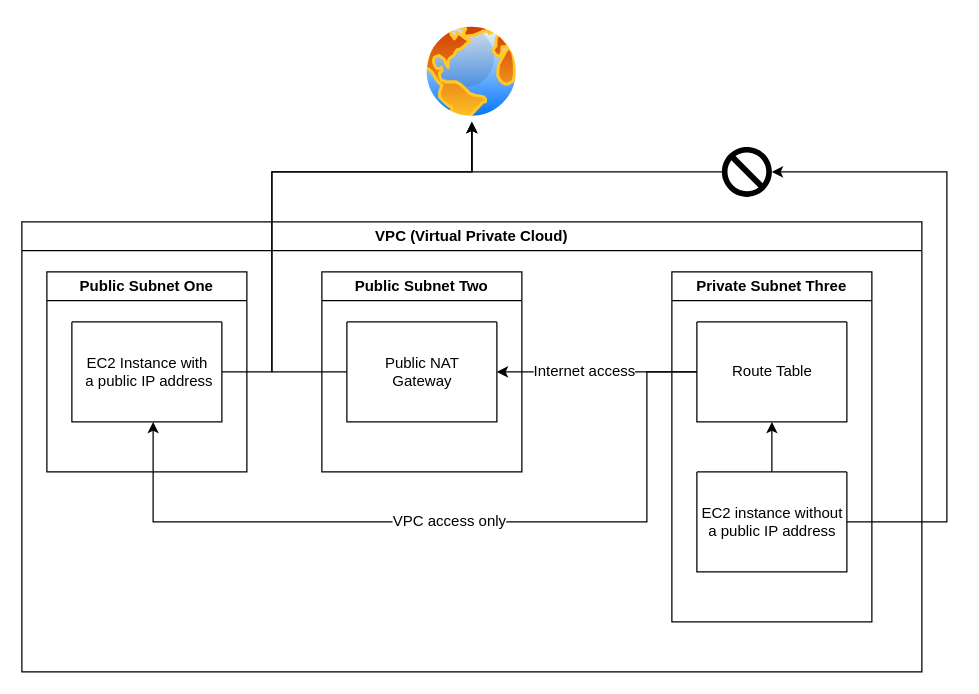
The draw.io diagram docs/public-nat-gateway.drawio in marty8zhang/_demo_nestjs-serverless, before the edit. Source tidied: cells renumbered, new cells numbered last; positions are measured from the earlier drawing's top-left corner, leaving out a move shared by most shapes. Both pictures are drawn from the tidied source at 125%, with x=0, y=0 at pixel (21, 21).
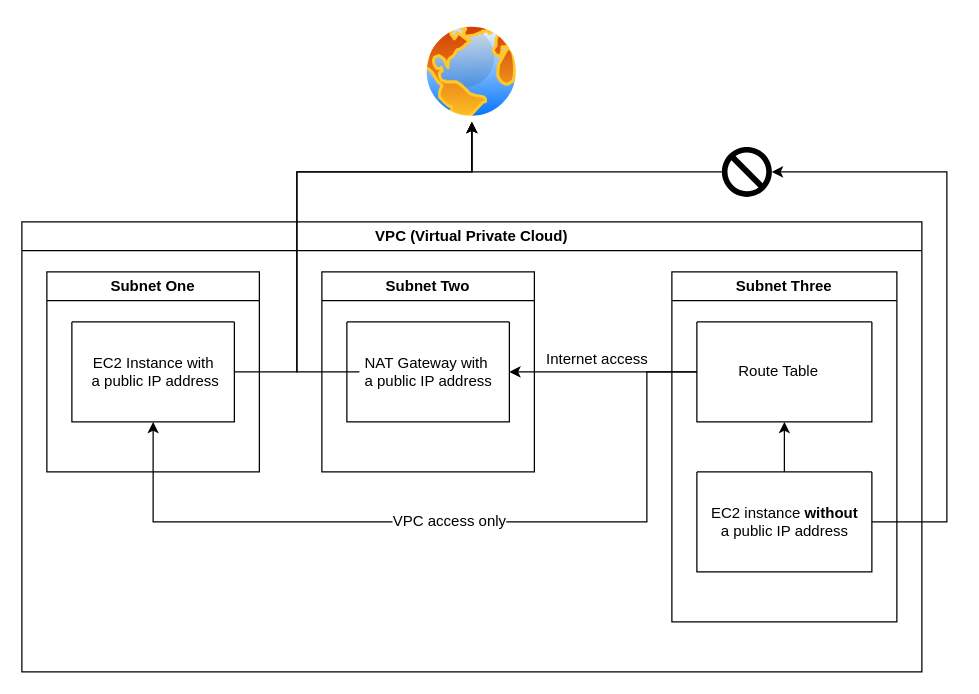
Above is the later version.

Unchanged cells that the change refers to:
```xml
<mxCell id="2" value="VPC (Virtual Private Cloud)" style="swimlane;whiteSpace=wrap;html=1;" parent="1" vertex="1">
  <mxGeometry y="160" width="720" height="360" as="geometry" />
</mxCell>
<mxCell id="17" style="image;perimeter=ellipsePerimeter;html=1;align=center;shadow=0;dashed=0;spacingTop=3;image=img/lib/active_directory/internet_globe.svg;" parent="1" vertex="1">
  <mxGeometry x="320" width="80" height="80" as="geometry" />
</mxCell>
```

Change to the diagram source:
```diff
@@
-    <mxCell id="3" value="Public Subnet One" style="swimlane;whiteSpace=wrap;html=1;" parent="2" vertex="1">
-      <mxGeometry x="20" y="40" width="160" height="160" as="geometry" />
+    <mxCell id="3" value="Subnet One" style="swimlane;whiteSpace=wrap;html=1;" parent="2" vertex="1">
+      <mxGeometry x="20" y="40" width="170" height="160" as="geometry" />
     </mxCell>
     <mxCell id="4" style="swimlane;startSize=0;" parent="3" vertex="1">
-      <mxGeometry x="20" y="40" width="120" height="80" as="geometry" />
+      <mxGeometry x="20" y="40" width="130" height="80" as="geometry" />
     </mxCell>
     <mxCell id="5" value="EC2 Instance with&lt;div&gt;&amp;nbsp;a public IP address&lt;/div&gt;" style="text;html=1;align=center;verticalAlign=middle;strokeColor=none;fillColor=none;" parent="4" vertex="1">
-      <mxGeometry x="-5" y="20" width="130" height="40" as="geometry" />
+      <mxGeometry y="20" width="130" height="40" as="geometry" />
     </mxCell>
-    <mxCell id="6" value="Public Subnet Two" style="swimlane;whiteSpace=wrap;html=1;" parent="2" vertex="1">
-      <mxGeometry x="240" y="40" width="160" height="160" as="geometry" />
+    <mxCell id="6" value="Subnet Two" style="swimlane;whiteSpace=wrap;html=1;" parent="2" vertex="1">
+      <mxGeometry x="240" y="40" width="170" height="160" as="geometry" />
     </mxCell>
     <mxCell id="7" style="swimlane;startSize=0;" parent="6" vertex="1">
-      <mxGeometry x="20" y="40" width="120" height="80" as="geometry" />
+      <mxGeometry x="20" y="40" width="130" height="80" as="geometry" />
     </mxCell>
-    <mxCell id="8" value="Public NAT&lt;div&gt;Gateway&lt;/div&gt;" style="text;html=1;align=center;verticalAlign=middle;strokeColor=none;fillColor=none;" parent="7" vertex="1">
-      <mxGeometry x="20" y="20" width="80" height="40" as="geometry" />
+    <mxCell id="8" value="NAT&amp;nbsp;&lt;span style=&quot;background-color: transparent; color: light-dark(rgb(0, 0, 0), rgb(255, 255, 255));&quot;&gt;Gateway with&amp;nbsp;&lt;/span&gt;&lt;div&gt;a public IP address&lt;/div&gt;" style="text;html=1;align=center;verticalAlign=middle;strokeColor=none;fillColor=none;" parent="7" vertex="1">
+      <mxGeometry y="20" width="130" height="40" as="geometry" />
     </mxCell>
-    <mxCell id="9" value="Private Subnet Three" style="swimlane;whiteSpace=wrap;html=1;" parent="2" vertex="1">
-      <mxGeometry x="520" y="40" width="160" height="280" as="geometry" />
+    <mxCell id="9" value="Subnet Three" style="swimlane;whiteSpace=wrap;html=1;" parent="2" vertex="1">
+      <mxGeometry x="520" y="40" width="180" height="280" as="geometry" />
     </mxCell>
     <mxCell id="10" style="swimlane;startSize=0;" parent="9" vertex="1">
-      <mxGeometry x="20" y="40" width="120" height="80" as="geometry" />
+      <mxGeometry x="20" y="40" width="140" height="80" as="geometry" />
     </mxCell>
     <mxCell id="11" value="Route Table" style="text;html=1;align=center;verticalAlign=middle;strokeColor=none;fillColor=none;" parent="10" vertex="1">
-      <mxGeometry x="15" y="25" width="90" height="30" as="geometry" />
+      <mxGeometry x="20" y="25" width="90" height="30" as="geometry" />
     </mxCell>
@@
     <mxCell id="13" style="swimlane;startSize=0;" parent="9" vertex="1">
-      <mxGeometry x="20" y="160" width="120" height="80" as="geometry" />
+      <mxGeometry x="20" y="160" width="140" height="80" as="geometry" />
     </mxCell>
-    <mxCell id="14" value="EC2 instance without&lt;div&gt;&lt;span style=&quot;background-color: initial;&quot;&gt;a public IP address&lt;/span&gt;&lt;/div&gt;" style="text;html=1;align=center;verticalAlign=middle;strokeColor=none;fillColor=none;" parent="13" vertex="1">
-      <mxGeometry x="-10" y="20" width="140" height="40" as="geometry" />
+    <mxCell id="14" value="EC2 instance &lt;b&gt;without&lt;/b&gt;&lt;div&gt;&lt;span style=&quot;background-color: initial; color: light-dark(rgb(0, 0, 0), rgb(255, 255, 255));&quot;&gt;a public IP address&lt;/span&gt;&lt;/div&gt;" style="text;html=1;align=center;verticalAlign=middle;strokeColor=none;fillColor=none;" parent="13" vertex="1">
+      <mxGeometry y="20" width="140" height="40" as="geometry" />
     </mxCell>
@@
     <mxCell id="16" value="Internet access" style="edgeStyle=orthogonalEdgeStyle;rounded=0;jettySize=auto;html=1;fontSize=12;" parent="2" edge="1" source="10" target="7">
-      <mxGeometry x="0.12" relative="1" as="geometry" />
+      <mxGeometry x="0.07" y="-10" relative="1" as="geometry" />
     </mxCell>
@@
     <mxCell id="18" style="edgeStyle=orthogonalEdgeStyle;rounded=0;jettySize=auto;html=1;" parent="1" edge="1" source="4" target="17">
       <mxGeometry relative="1" as="geometry">
         <Array as="points">
-          <mxPoint x="200" y="280" />
-          <mxPoint x="200" y="120" />
+          <mxPoint x="220" y="280" />
+          <mxPoint x="220" y="120" />
           <mxPoint x="360" y="120" />
         </Array>
       </mxGeometry>
     </mxCell>
-    <mxCell id="19" style="edgeStyle=orthogonalEdgeStyle;rounded=0;jettySize=auto;html=1;" parent="1" edge="1" source="7" target="17">
+    <mxCell id="19" style="edgeStyle=orthogonalEdgeStyle;rounded=0;jettySize=auto;html=1;" parent="1" edge="1" target="17">
       <mxGeometry relative="1" as="geometry">
+        <mxPoint x="270" y="280" as="sourcePoint" />
         <Array as="points">
-          <mxPoint x="200" y="280" />
-          <mxPoint x="200" y="120" />
+          <mxPoint x="220" y="280" />
+          <mxPoint x="220" y="120" />
           <mxPoint x="360" y="120" />
         </Array>
       </mxGeometry>
     </mxCell>
```
